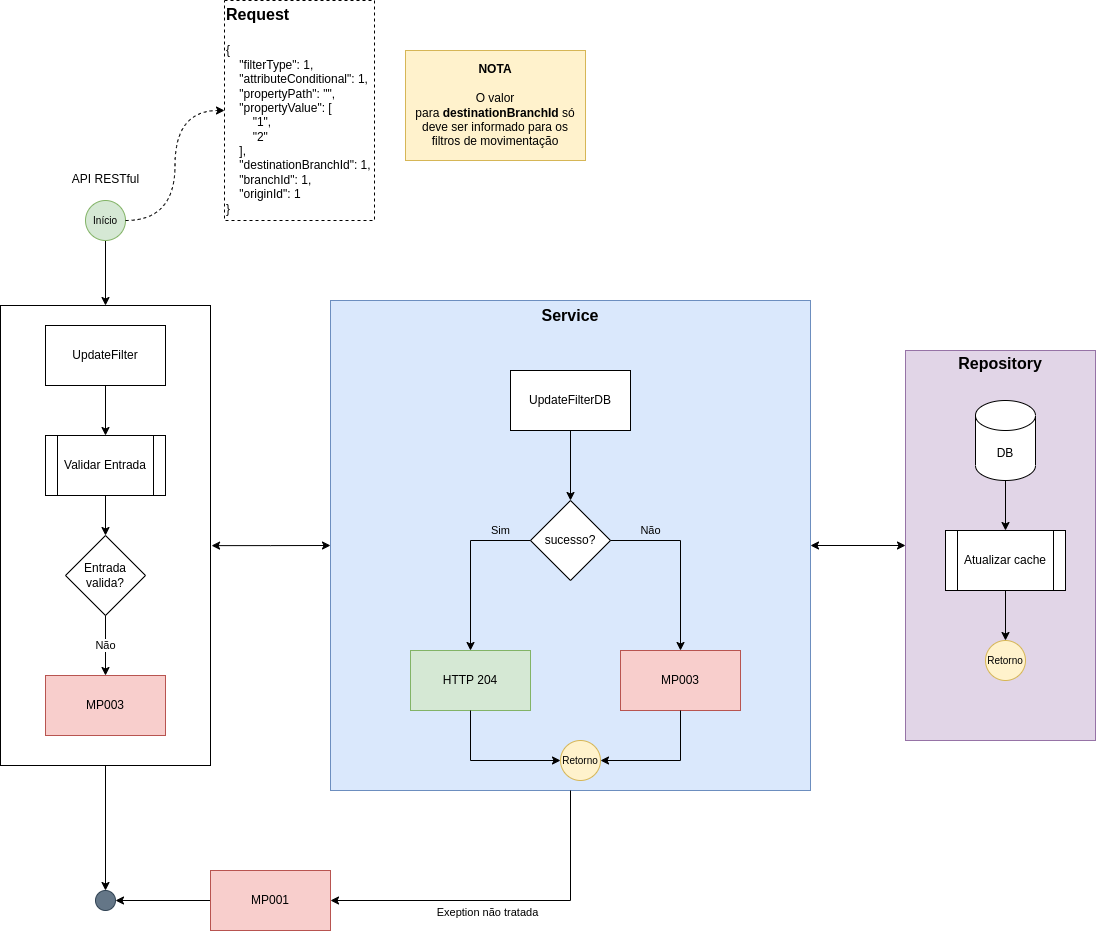
Earlier version of the draw.io export MP_estrutura_grupos_ramos-API-UpdateFilters-Fluxogram.drawio.png (eduardohv-ciandt/vsminhasprotecoes). Source tidied: cells renumbered, new cells last; positions are measured from the earlier drawing's top-left corner, leaving out a move shared by most shapes.
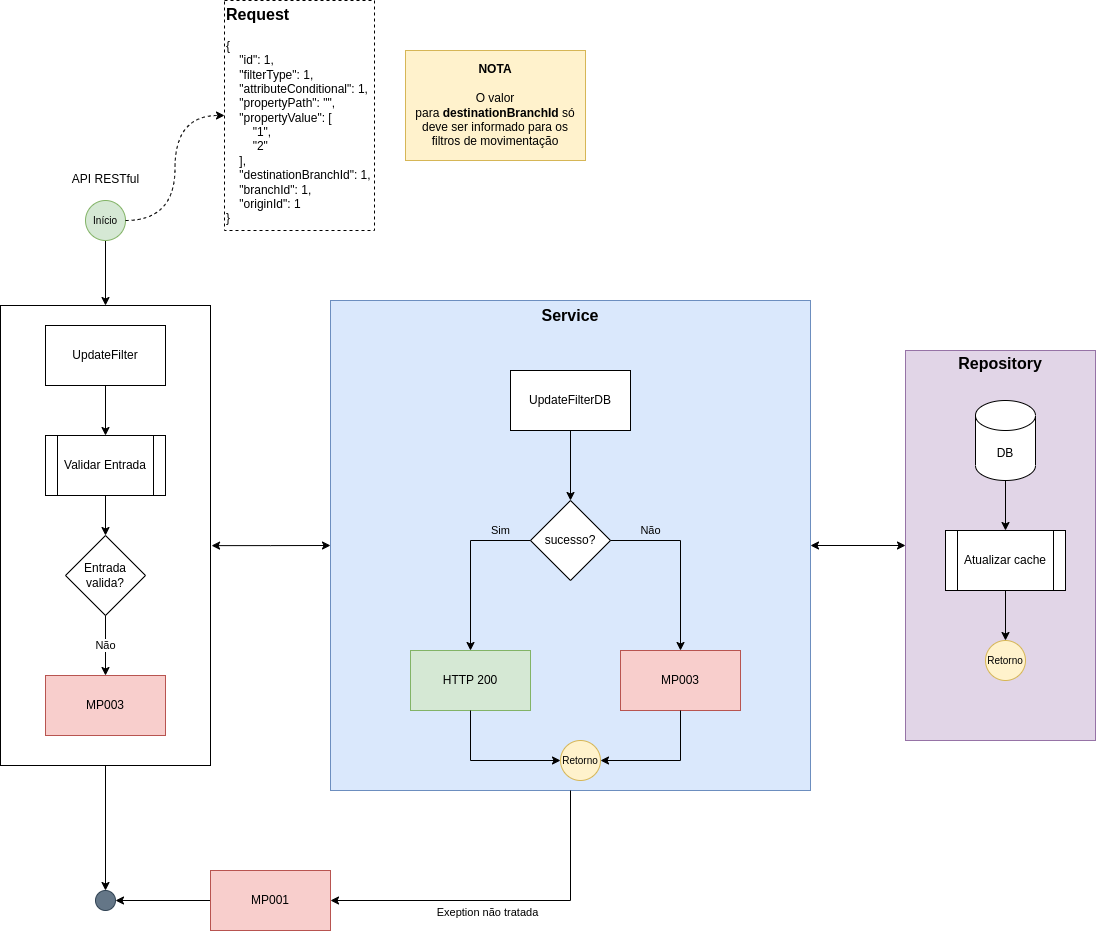
The same file after the commit.

What changed in the source:
```diff
@@ -61,7 +61,7 @@
     <mxCell id="20" value="Não" style="edgeStyle=orthogonalEdgeStyle;rounded=0;jettySize=auto;html=1;entryX=0.5;entryY=0;entryDx=0;entryDy=0;labelBackgroundColor=none;" parent="14" edge="1" source="17" target="19">
       <mxGeometry x="-0.56" y="10" relative="1" as="geometry" />
     </mxCell>
-    <mxCell id="21" value="HTTP 204" style="rounded=0;whiteSpace=wrap;html=1;fillColor=#d5e8d4;strokeColor=#82b366;" parent="14" vertex="1">
+    <mxCell id="21" value="HTTP 200" style="rounded=0;whiteSpace=wrap;html=1;fillColor=#d5e8d4;strokeColor=#82b366;" parent="14" vertex="1">
       <mxGeometry x="80" y="350" width="120" height="60" as="geometry" />
     </mxCell>
     <mxCell id="22" value="Sim" style="edgeStyle=orthogonalEdgeStyle;rounded=0;jettySize=auto;html=1;exitX=0;exitY=0.5;exitDx=0;exitDy=0;entryX=0.5;entryY=0;entryDx=0;entryDy=0;labelBackgroundColor=none;" parent="14" edge="1" source="17" target="21">
@@ -115,8 +115,8 @@
     <mxCell id="38" value="&lt;span style=&quot;font-size: 12px; font-weight: 400; text-align: left;&quot;&gt;API RESTful&lt;/span&gt;" style="text;strokeColor=none;fillColor=none;html=1;fontSize=24;fontStyle=1;verticalAlign=middle;align=center;" parent="1" vertex="1">
       <mxGeometry x="67.5" y="160" width="75" height="30" as="geometry" />
     </mxCell>
-    <mxCell id="39" value="&lt;div style=&quot;&quot;&gt;&lt;b&gt;Request&lt;/b&gt;&lt;/div&gt;&lt;div&gt;&lt;br&gt;&lt;/div&gt;&lt;div style=&quot;&quot;&gt;&lt;div style=&quot;font-size: 12px;&quot;&gt;&lt;div style=&quot;&quot;&gt;&lt;div style=&quot;border-color: var(--border-color);&quot;&gt;&lt;font style=&quot;border-color: var(--border-color);&quot;&gt;{&lt;/font&gt;&lt;/div&gt;&lt;div style=&quot;border-color: var(--border-color);&quot;&gt;&lt;font style=&quot;border-color: var(--border-color);&quot;&gt;&amp;nbsp; &amp;nbsp; &quot;filterType&quot;: 1,&lt;/font&gt;&lt;/div&gt;&lt;div style=&quot;border-color: var(--border-color);&quot;&gt;&lt;font style=&quot;border-color: var(--border-color);&quot;&gt;&amp;nbsp; &amp;nbsp; &quot;attributeConditional&quot;: 1,&lt;/font&gt;&lt;/div&gt;&lt;div style=&quot;border-color: var(--border-color);&quot;&gt;&lt;font style=&quot;border-color: var(--border-color);&quot;&gt;&amp;nbsp; &amp;nbsp; &quot;propertyPath&quot;: &quot;&quot;,&lt;/font&gt;&lt;/div&gt;&lt;div style=&quot;border-color: var(--border-color);&quot;&gt;&lt;font style=&quot;border-color: var(--border-color);&quot;&gt;&amp;nbsp; &amp;nbsp; &quot;propertyValue&quot;: [&lt;/font&gt;&lt;/div&gt;&lt;div style=&quot;border-color: var(--border-color);&quot;&gt;&lt;font style=&quot;border-color: var(--border-color);&quot;&gt;&amp;nbsp; &amp;nbsp; &amp;nbsp; &amp;nbsp; &quot;1&quot;,&lt;/font&gt;&lt;/div&gt;&lt;div style=&quot;border-color: var(--border-color);&quot;&gt;&lt;font style=&quot;border-color: var(--border-color);&quot;&gt;&amp;nbsp; &amp;nbsp; &amp;nbsp; &amp;nbsp; &quot;2&quot;&lt;br style=&quot;border-color: var(--border-color);&quot;&gt;&lt;/font&gt;&lt;/div&gt;&lt;div style=&quot;border-color: var(--border-color);&quot;&gt;&lt;font style=&quot;border-color: var(--border-color);&quot;&gt;&amp;nbsp; &amp;nbsp; ],&lt;/font&gt;&lt;/div&gt;&lt;div style=&quot;border-color: var(--border-color);&quot;&gt;&lt;font style=&quot;border-color: var(--border-color);&quot;&gt;&amp;nbsp; &amp;nbsp; &quot;destinationBranchId&quot;: 1,&lt;/font&gt;&lt;/div&gt;&lt;div style=&quot;border-color: var(--border-color);&quot;&gt;&lt;span style=&quot;background-color: initial;&quot;&gt;&amp;nbsp; &amp;nbsp; &quot;branchId&quot;: 1,&lt;/span&gt;&lt;br&gt;&lt;/div&gt;&lt;div style=&quot;border-color: var(--border-color);&quot;&gt;&lt;font style=&quot;border-color: var(--border-color);&quot;&gt;&amp;nbsp; &amp;nbsp; &quot;originId&quot;: 1&lt;/font&gt;&lt;/div&gt;&lt;div style=&quot;border-color: var(--border-color);&quot;&gt;&lt;font style=&quot;border-color: var(--border-color);&quot;&gt;}&lt;/font&gt;&lt;/div&gt;&lt;/div&gt;&lt;/div&gt;&lt;/div&gt;" style="rounded=0;whiteSpace=wrap;html=1;fontSize=16;labelBackgroundColor=none;align=left;dashed=1;spacing=2;" parent="1" vertex="1">
-      <mxGeometry x="224" width="150" height="220" as="geometry" />
+    <mxCell id="39" value="&lt;div style=&quot;&quot;&gt;&lt;b&gt;Request&lt;/b&gt;&lt;/div&gt;&lt;div style=&quot;font-size: 12px;&quot;&gt;&lt;font style=&quot;font-size: 12px;&quot;&gt;&lt;br&gt;&lt;/font&gt;&lt;/div&gt;&lt;div style=&quot;font-size: 12px;&quot;&gt;&lt;div style=&quot;&quot;&gt;&lt;div style=&quot;&quot;&gt;&lt;div style=&quot;border-color: var(--border-color);&quot;&gt;&lt;font style=&quot;border-color: var(--border-color); font-size: 12px;&quot;&gt;{&lt;/font&gt;&lt;/div&gt;&lt;div style=&quot;font-size: 12px; border-color: var(--border-color);&quot;&gt;&lt;font style=&quot;border-color: var(--border-color);&quot;&gt;&amp;nbsp; &amp;nbsp; &quot;id&quot;: 1,&lt;/font&gt;&lt;/div&gt;&lt;div style=&quot;font-size: 12px; border-color: var(--border-color);&quot;&gt;&lt;font style=&quot;border-color: var(--border-color);&quot;&gt;&amp;nbsp; &amp;nbsp; &quot;filterType&quot;: 1,&lt;/font&gt;&lt;/div&gt;&lt;div style=&quot;font-size: 12px; border-color: var(--border-color);&quot;&gt;&lt;font style=&quot;border-color: var(--border-color);&quot;&gt;&amp;nbsp; &amp;nbsp; &quot;attributeConditional&quot;: 1,&lt;/font&gt;&lt;/div&gt;&lt;div style=&quot;font-size: 12px; border-color: var(--border-color);&quot;&gt;&lt;font style=&quot;border-color: var(--border-color);&quot;&gt;&amp;nbsp; &amp;nbsp; &quot;propertyPath&quot;: &quot;&quot;,&lt;/font&gt;&lt;/div&gt;&lt;div style=&quot;font-size: 12px; border-color: var(--border-color);&quot;&gt;&lt;font style=&quot;border-color: var(--border-color);&quot;&gt;&amp;nbsp; &amp;nbsp; &quot;propertyValue&quot;: [&lt;/font&gt;&lt;/div&gt;&lt;div style=&quot;font-size: 12px; border-color: var(--border-color);&quot;&gt;&lt;font style=&quot;border-color: var(--border-color);&quot;&gt;&amp;nbsp; &amp;nbsp; &amp;nbsp; &amp;nbsp; &quot;1&quot;,&lt;/font&gt;&lt;/div&gt;&lt;div style=&quot;font-size: 12px; border-color: var(--border-color);&quot;&gt;&lt;font style=&quot;border-color: var(--border-color);&quot;&gt;&amp;nbsp; &amp;nbsp; &amp;nbsp; &amp;nbsp; &quot;2&quot;&lt;br style=&quot;border-color: var(--border-color);&quot;&gt;&lt;/font&gt;&lt;/div&gt;&lt;div style=&quot;font-size: 12px; border-color: var(--border-color);&quot;&gt;&lt;font style=&quot;border-color: var(--border-color);&quot;&gt;&amp;nbsp; &amp;nbsp; ],&lt;/font&gt;&lt;/div&gt;&lt;div style=&quot;font-size: 12px; border-color: var(--border-color);&quot;&gt;&lt;font style=&quot;border-color: var(--border-color);&quot;&gt;&amp;nbsp; &amp;nbsp; &quot;destinationBranchId&quot;: 1,&lt;/font&gt;&lt;/div&gt;&lt;div style=&quot;font-size: 12px; border-color: var(--border-color);&quot;&gt;&lt;span style=&quot;background-color: initial;&quot;&gt;&amp;nbsp; &amp;nbsp; &quot;branchId&quot;: 1,&lt;/span&gt;&lt;br&gt;&lt;/div&gt;&lt;div style=&quot;font-size: 12px; border-color: var(--border-color);&quot;&gt;&lt;font style=&quot;border-color: var(--border-color);&quot;&gt;&amp;nbsp; &amp;nbsp; &quot;originId&quot;: 1&lt;/font&gt;&lt;/div&gt;&lt;div style=&quot;font-size: 12px; border-color: var(--border-color);&quot;&gt;&lt;font style=&quot;border-color: var(--border-color);&quot;&gt;}&lt;/font&gt;&lt;/div&gt;&lt;/div&gt;&lt;/div&gt;&lt;/div&gt;" style="rounded=0;whiteSpace=wrap;html=1;fontSize=16;labelBackgroundColor=none;align=left;dashed=1;spacing=2;" parent="1" vertex="1">
+      <mxGeometry x="224" width="150" height="230" as="geometry" />
     </mxCell>
     <mxCell id="40" style="edgeStyle=orthogonalEdgeStyle;rounded=0;jettySize=auto;html=1;entryX=0;entryY=0.5;entryDx=0;entryDy=0;dashed=1;exitX=1;exitY=0.5;exitDx=0;exitDy=0;curved=1;" parent="1" edge="1" source="37" target="39">
       <mxGeometry relative="1" as="geometry" />
```
